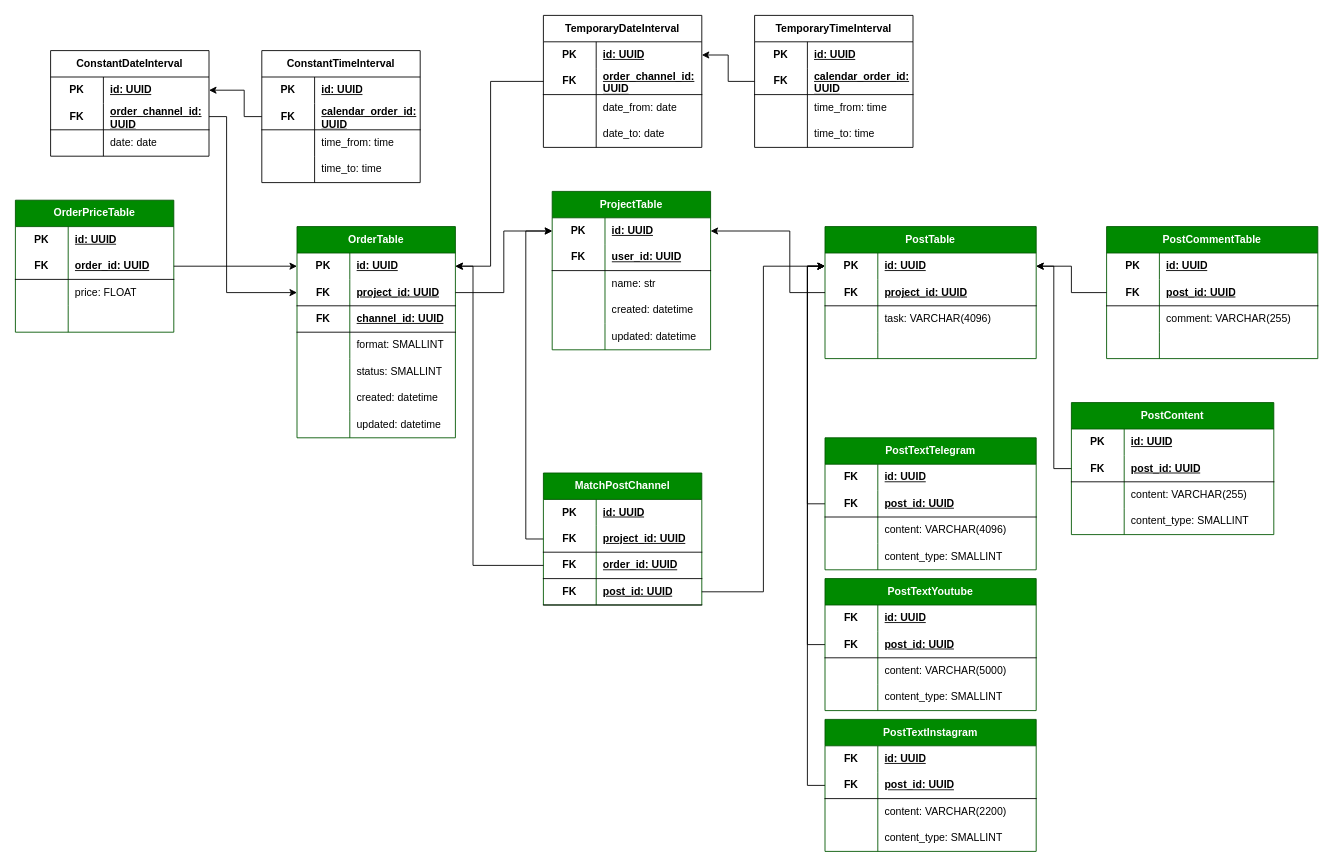
Earlier version of the draw.io diagram page "order flow" (7 of 7) of Advertiser-Blogger.drawio (KmvRoman/Diagrams). Source tidied: cells renumbered, new cells numbered last; positions are measured from the earlier drawing's top-left corner, leaving out a move shared by most shapes. Both pictures are drawn from the tidied source at 88%, with x=0, y=0 at pixel (15, 15).
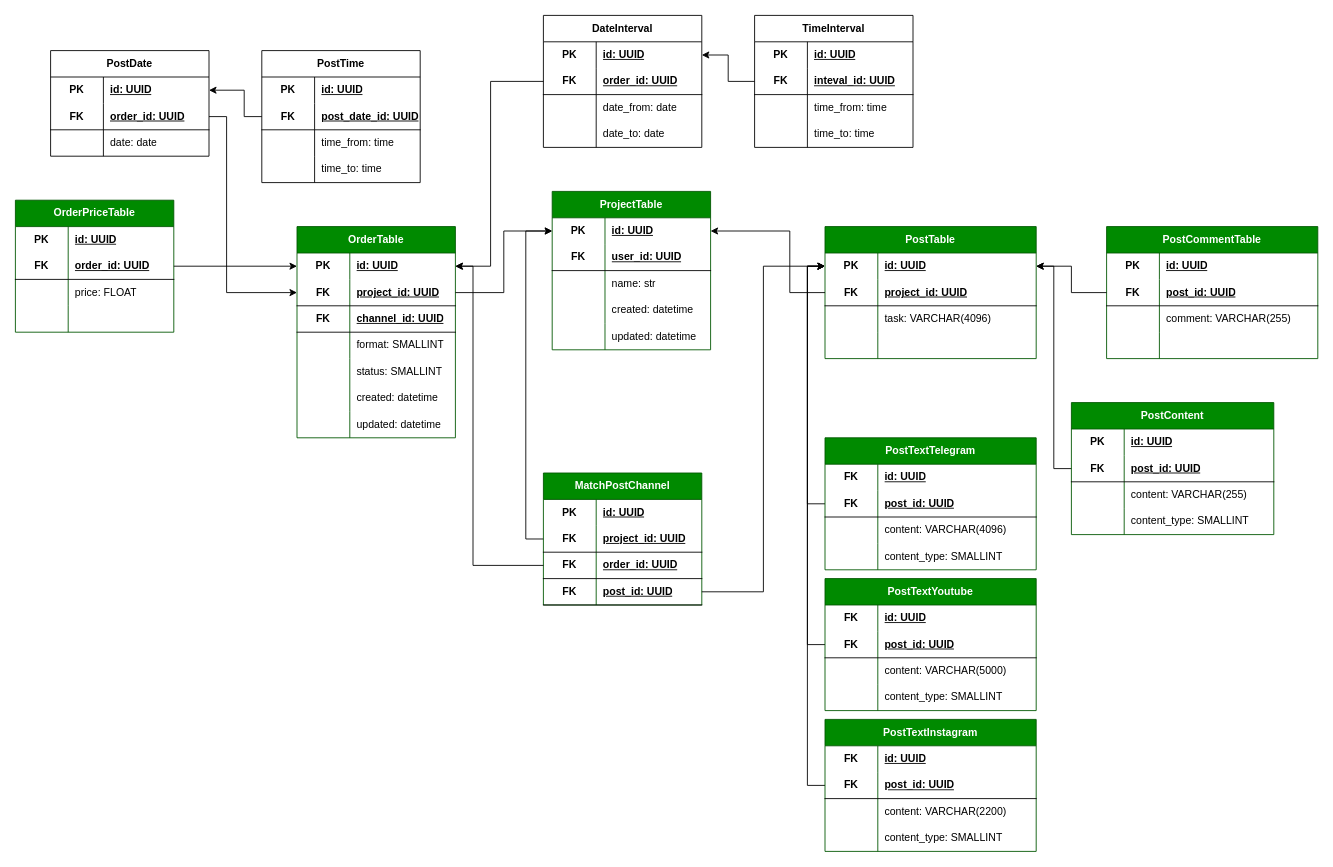
Above is the later version.

Unchanged cells that the change refers to:
```xml
<mxCell id="117" style="shape=tableRow;horizontal=0;startSize=0;swimlaneHead=0;swimlaneBody=0;fillColor=none;points=[[0,0.5],[1,0.5]];portConstraint=eastwest;top=0;left=0;right=0;bottom=1;html=1;" parent="113" vertex="1">
  <mxGeometry y="60" width="180" height="30" as="geometry" />
</mxCell>
<mxCell id="131" style="shape=tableRow;horizontal=0;startSize=0;swimlaneHead=0;swimlaneBody=0;fillColor=none;points=[[0,0.5],[1,0.5]];portConstraint=eastwest;top=0;left=0;right=0;bottom=1;html=1;" parent="127" vertex="1">
  <mxGeometry y="60" width="180" height="30" as="geometry" />
</mxCell>
<mxCell id="145" style="shape=tableRow;horizontal=0;startSize=0;swimlaneHead=0;swimlaneBody=0;fillColor=none;points=[[0,0.5],[1,0.5]];portConstraint=eastwest;top=0;left=0;right=0;bottom=1;html=1;" parent="141" vertex="1">
  <mxGeometry y="60" width="180" height="30" as="geometry" />
</mxCell>
<mxCell id="156" style="shape=tableRow;horizontal=0;startSize=0;swimlaneHead=0;swimlaneBody=0;fillColor=none;points=[[0,0.5],[1,0.5]];portConstraint=eastwest;top=0;left=0;right=0;bottom=1;html=1;" parent="152" vertex="1">
  <mxGeometry y="60" width="180" height="30" as="geometry" />
</mxCell>
```

What changed in the source:
```diff
@@
-    <mxCell id="113" value="TemporaryDateInterval" style="shape=table;startSize=30;childLayout=tableLayout;rowLines=0;fontStyle=1;align=center;html=1;whiteSpace=wrap;" parent="1" vertex="1">
+    <mxCell id="113" value="DateInterval" style="shape=table;startSize=30;childLayout=tableLayout;rowLines=0;fontStyle=1;align=center;html=1;whiteSpace=wrap;" parent="1" vertex="1">
       <mxGeometry x="600" width="180" height="150" as="geometry" />
     </mxCell>
@@
-    <mxCell id="119" value="order_channel_id: UUID" style="shape=partialRectangle;fillColor=none;top=0;left=0;bottom=0;right=0;align=left;spacingLeft=6;fontStyle=5;overflow=hidden;html=1;whiteSpace=wrap;" parent="117" vertex="1">
+    <mxCell id="119" value="order_id: UUID" style="shape=partialRectangle;fillColor=none;top=0;left=0;bottom=0;right=0;align=left;spacingLeft=6;fontStyle=5;overflow=hidden;html=1;whiteSpace=wrap;" parent="117" vertex="1">
       <mxGeometry x="60" width="120" height="30" as="geometry" />
     </mxCell>
@@
-    <mxCell id="127" value="TemporaryTimeInterval" style="shape=table;startSize=30;childLayout=tableLayout;rowLines=0;fontStyle=1;align=center;html=1;whiteSpace=wrap;" parent="1" vertex="1">
+    <mxCell id="127" value="TimeInterval" style="shape=table;startSize=30;childLayout=tableLayout;rowLines=0;fontStyle=1;align=center;html=1;whiteSpace=wrap;" parent="1" vertex="1">
       <mxGeometry x="840" width="180" height="150" as="geometry" />
     </mxCell>
@@
-    <mxCell id="133" value="calendar_order_id: UUID" style="shape=partialRectangle;fillColor=none;top=0;left=0;bottom=0;right=0;align=left;spacingLeft=6;fontStyle=5;overflow=hidden;html=1;whiteSpace=wrap;" parent="131" vertex="1">
+    <mxCell id="133" value="inteval_id: UUID" style="shape=partialRectangle;fillColor=none;top=0;left=0;bottom=0;right=0;align=left;spacingLeft=6;fontStyle=5;overflow=hidden;html=1;whiteSpace=wrap;" parent="131" vertex="1">
       <mxGeometry x="60" width="120" height="30" as="geometry" />
     </mxCell>
@@
-    <mxCell id="141" value="ConstantDateInterval" style="shape=table;startSize=30;childLayout=tableLayout;rowLines=0;fontStyle=1;align=center;html=1;whiteSpace=wrap;" parent="1" vertex="1">
+    <mxCell id="141" value="PostDate" style="shape=table;startSize=30;childLayout=tableLayout;rowLines=0;fontStyle=1;align=center;html=1;whiteSpace=wrap;" parent="1" vertex="1">
       <mxGeometry x="40" y="40" width="180" height="120" as="geometry" />
     </mxCell>
@@
-    <mxCell id="147" value="order_channel_id: UUID" style="shape=partialRectangle;fillColor=none;top=0;left=0;bottom=0;right=0;align=left;spacingLeft=6;fontStyle=5;overflow=hidden;html=1;whiteSpace=wrap;" parent="145" vertex="1">
+    <mxCell id="147" value="order_id: UUID" style="shape=partialRectangle;fillColor=none;top=0;left=0;bottom=0;right=0;align=left;spacingLeft=6;fontStyle=5;overflow=hidden;html=1;whiteSpace=wrap;" parent="145" vertex="1">
       <mxGeometry x="60" width="120" height="30" as="geometry" />
     </mxCell>
@@
-    <mxCell id="152" value="ConstantTimeInterval" style="shape=table;startSize=30;childLayout=tableLayout;rowLines=0;fontStyle=1;align=center;html=1;whiteSpace=wrap;" parent="1" vertex="1">
+    <mxCell id="152" value="PostTime" style="shape=table;startSize=30;childLayout=tableLayout;rowLines=0;fontStyle=1;align=center;html=1;whiteSpace=wrap;" parent="1" vertex="1">
       <mxGeometry x="280" y="40" width="180" height="150" as="geometry" />
     </mxCell>
@@
-    <mxCell id="158" value="calendar_order_id: UUID" style="shape=partialRectangle;fillColor=none;top=0;left=0;bottom=0;right=0;align=left;spacingLeft=6;fontStyle=5;overflow=hidden;html=1;whiteSpace=wrap;" parent="156" vertex="1">
+    <mxCell id="158" value="post_date_id: UUID" style="shape=partialRectangle;fillColor=none;top=0;left=0;bottom=0;right=0;align=left;spacingLeft=6;fontStyle=5;overflow=hidden;html=1;whiteSpace=wrap;" parent="156" vertex="1">
       <mxGeometry x="60" width="120" height="30" as="geometry" />
     </mxCell>
```
